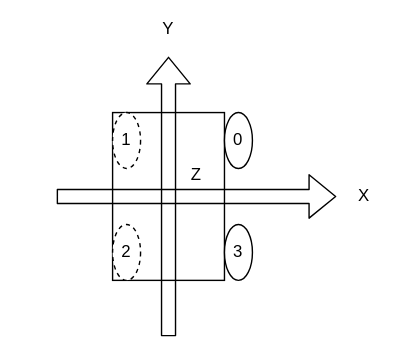
Earlier version of the draw.io export Doc/orientation.svg (RM-camp-for-high-school-students/Shenzhen_innoX_2024wc_FishChassis). Source tidied: cells renumbered, new cells last; positions are measured from the earlier drawing's top-left corner, leaving out a move shared by most shapes.
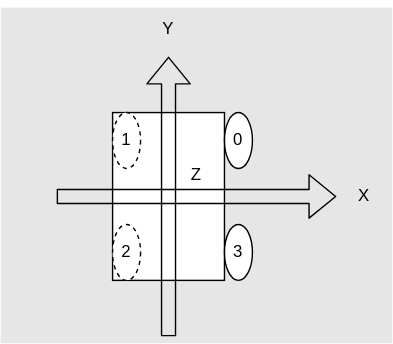
Above is the later version.

Diff of the diagram source:
```diff
@@ -2,7 +2,7 @@
   <root>
     <mxCell id="0" />
     <mxCell id="1" parent="0" />
-    <mxCell id="2" style="rounded=0;whiteSpace=wrap;html=1;fillColor=#FFFFFF;strokeColor=none;" parent="1" vertex="1">
+    <mxCell id="2" style="rounded=0;whiteSpace=wrap;html=1;fillColor=#E6E6E6;strokeColor=none;" parent="1" vertex="1">
       <mxGeometry y="5" width="280" height="240" as="geometry" />
     </mxCell>
     <mxCell id="3" style="rounded=0;whiteSpace=wrap;html=1;" parent="1" vertex="1">
```
